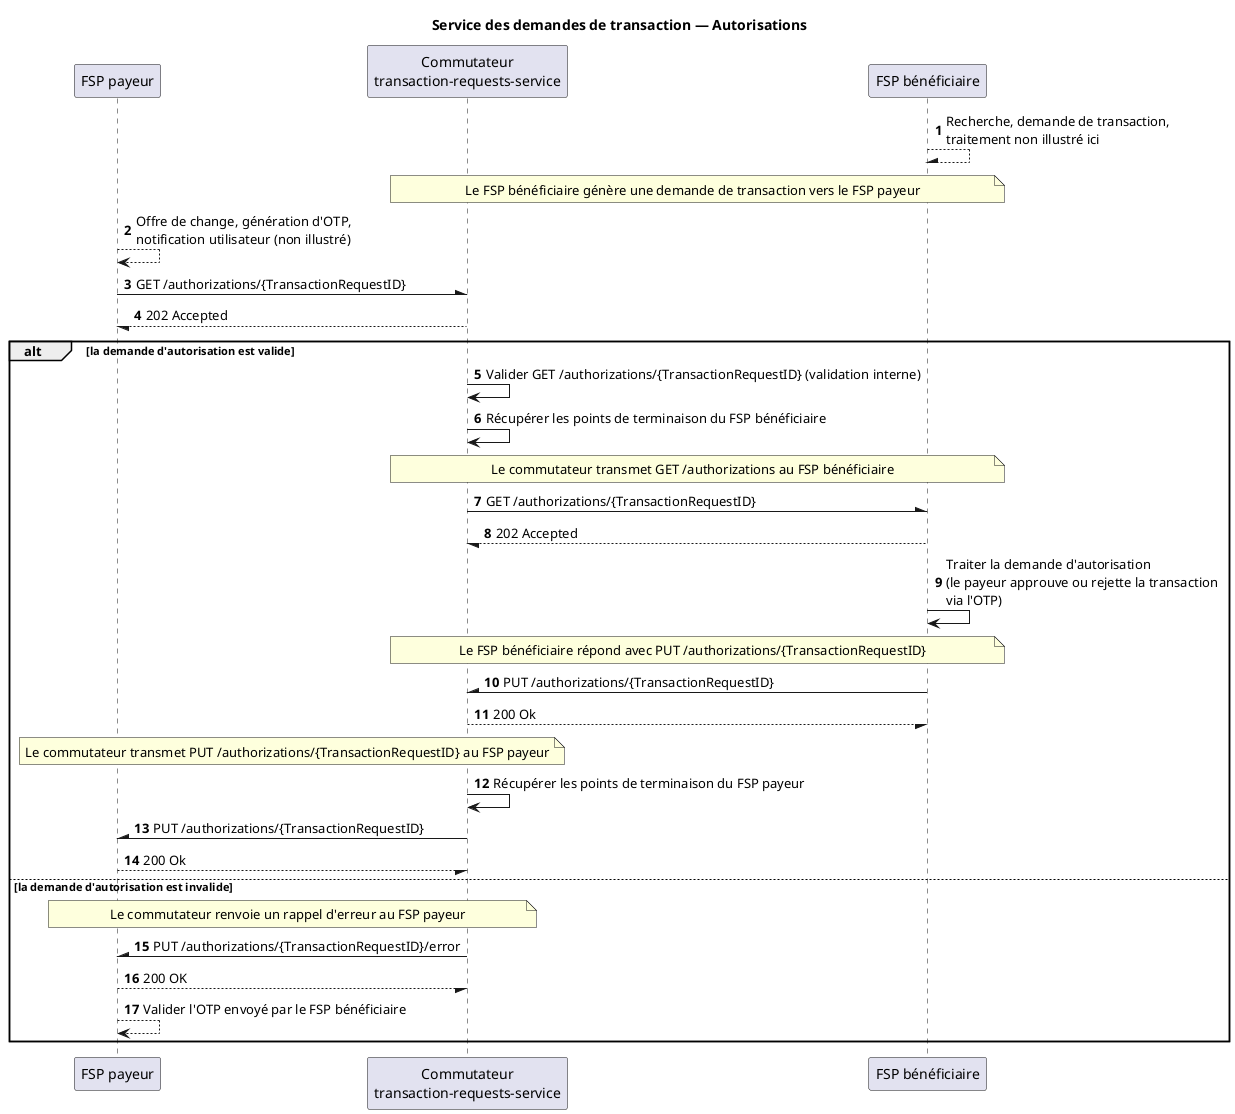
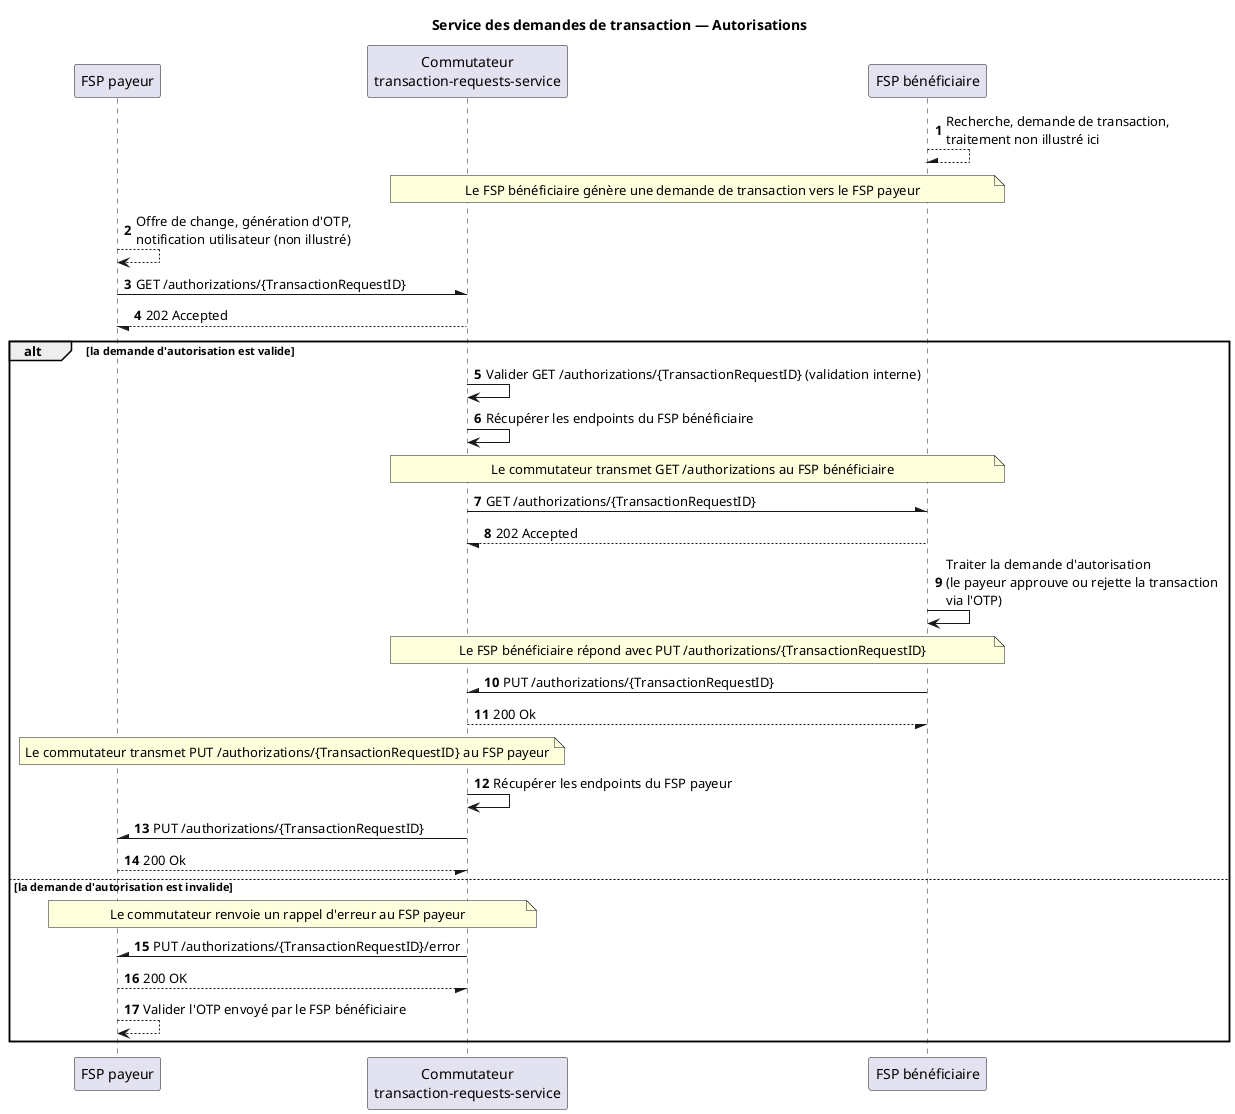
/'*****
 License
 --------------
 Copyright © 2017 Bill & Melinda Gates Foundation
 The Mojaloop files are made available by the Bill & Melinda Gates Foundation under the Apache License, Version 2.0 (the "License") and you may not use these files except in compliance with the License. You may obtain a copy of the License at
 http://www.apache.org/licenses/LICENSE-2.0
 Unless required by applicable law or agreed to in writing, the Mojaloop files are distributed on an "AS IS" BASIS, WITHOUT WARRANTIES OR CONDITIONS OF ANY KIND, either express or implied. See the License for the specific language governing permissions and limitations under the License.
 Contributors
 --------------
 This is the official list of the Mojaloop project contributors for this file.
 Names of the original copyright holders (individuals or organizations)
 should be listed with a '*' in the first column. People who have
 contributed from an organization can be listed under the organization
 that actually holds the copyright for their contributions (see the
 Gates Foundation organization for an example). Those individuals should have
 their names indented and be marked with a '-'. Email address can be added
 optionally within square brackets <email>.
 * Gates Foundation
 - Name Surname <name.surname@gatesfoundation.com>

 * Sam Kummary <sam@modusbox.com>
 --------------
 ******'/


@startuml
Title Service des demandes de transaction — Autorisations
participant "FSP payeur"
participant "Commutateur\ntransaction-requests-service" as Switch
participant "FSP bénéficiaire"

autonumber
"FSP bénéficiaire" --\ "FSP bénéficiaire": Recherche, demande de transaction,\ntraitement non illustré ici
note over "FSP bénéficiaire", Switch: Le FSP bénéficiaire génère une demande de transaction vers le FSP payeur
"FSP payeur" --> "FSP payeur": Offre de change, génération d'OTP,\nnotification utilisateur (non illustré)
"FSP payeur" -\ Switch: GET /authorizations/{TransactionRequestID}
Switch --/ "FSP payeur": 202 Accepted

alt la demande d'autorisation est valide

    Switch -> Switch: Valider GET /authorizations/{TransactionRequestID} (validation interne)
-     Switch -> Switch: Récupérer les points de terminaison du FSP bénéficiaire
+     Switch -> Switch: Récupérer les endpoints du FSP bénéficiaire
    note over Switch, "FSP bénéficiaire": Le commutateur transmet GET /authorizations au FSP bénéficiaire
    Switch -\ "FSP bénéficiaire": GET /authorizations/{TransactionRequestID}
    "FSP bénéficiaire" --/ Switch: 202 Accepted
    "FSP bénéficiaire" -> "FSP bénéficiaire": Traiter la demande d'autorisation\n(le payeur approuve ou rejette la transaction\nvia l'OTP)

    note over Switch, "FSP bénéficiaire": Le FSP bénéficiaire répond avec PUT /authorizations/{TransactionRequestID}
    "FSP bénéficiaire" -\ Switch: PUT /authorizations/{TransactionRequestID}
    Switch --/ "FSP bénéficiaire": 200 Ok

    note over "FSP payeur", Switch: Le commutateur transmet PUT /authorizations/{TransactionRequestID} au FSP payeur
-     Switch -> Switch: Récupérer les points de terminaison du FSP payeur
+     Switch -> Switch: Récupérer les endpoints du FSP payeur
    Switch -\ "FSP payeur": PUT /authorizations/{TransactionRequestID}
    "FSP payeur" --/ Switch: 200 Ok


else la demande d'autorisation est invalide
    note over "FSP payeur", Switch: Le commutateur renvoie un rappel d'erreur au FSP payeur
    Switch -\ "FSP payeur": PUT /authorizations/{TransactionRequestID}/error
    "FSP payeur" --/ Switch: 200 OK
    "FSP payeur" --> "FSP payeur": Valider l'OTP envoyé par le FSP bénéficiaire
end
@enduml
